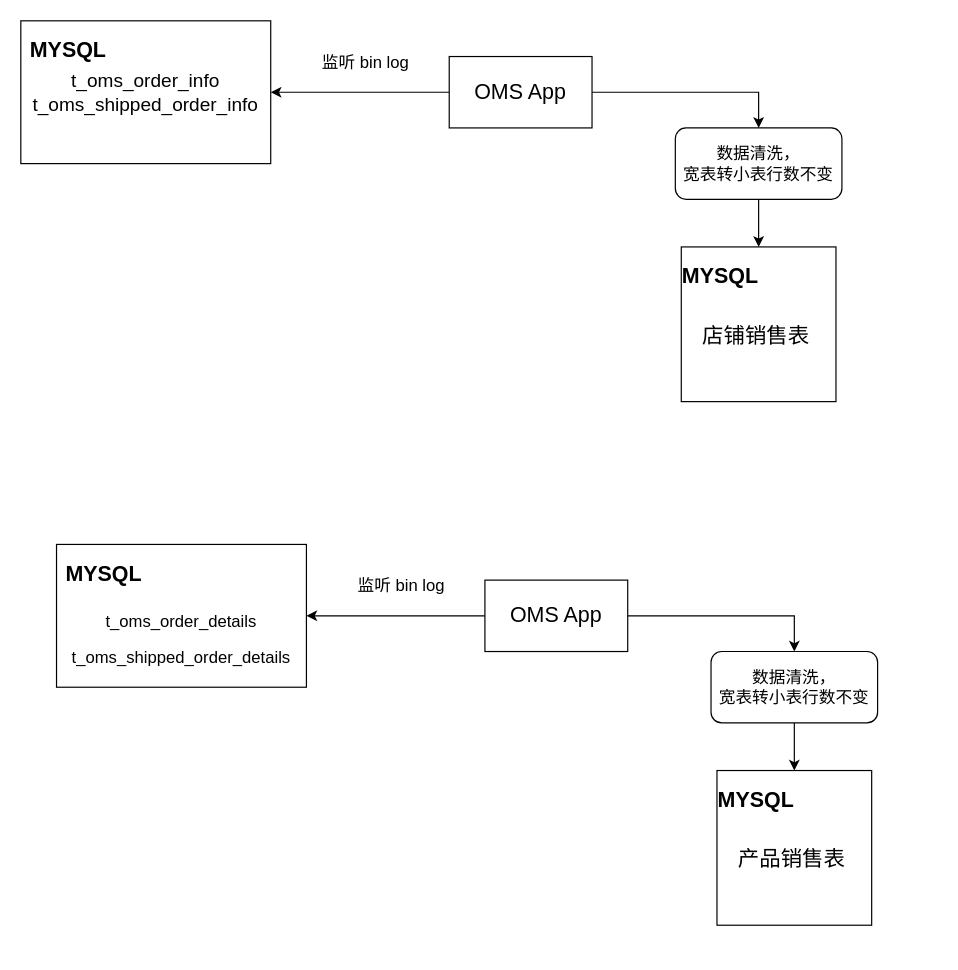
Before: longpean/oms-5.1.5.drawio in GitHeP/diagrams, a draw.io diagram. Source tidied: cells renumbered, new cells numbered last; positions are measured from the earlier drawing's top-left corner, leaving out a move shared by most shapes. Both pictures are drawn from the tidied source at 119%, with x=0, y=0 at pixel (20, 20).
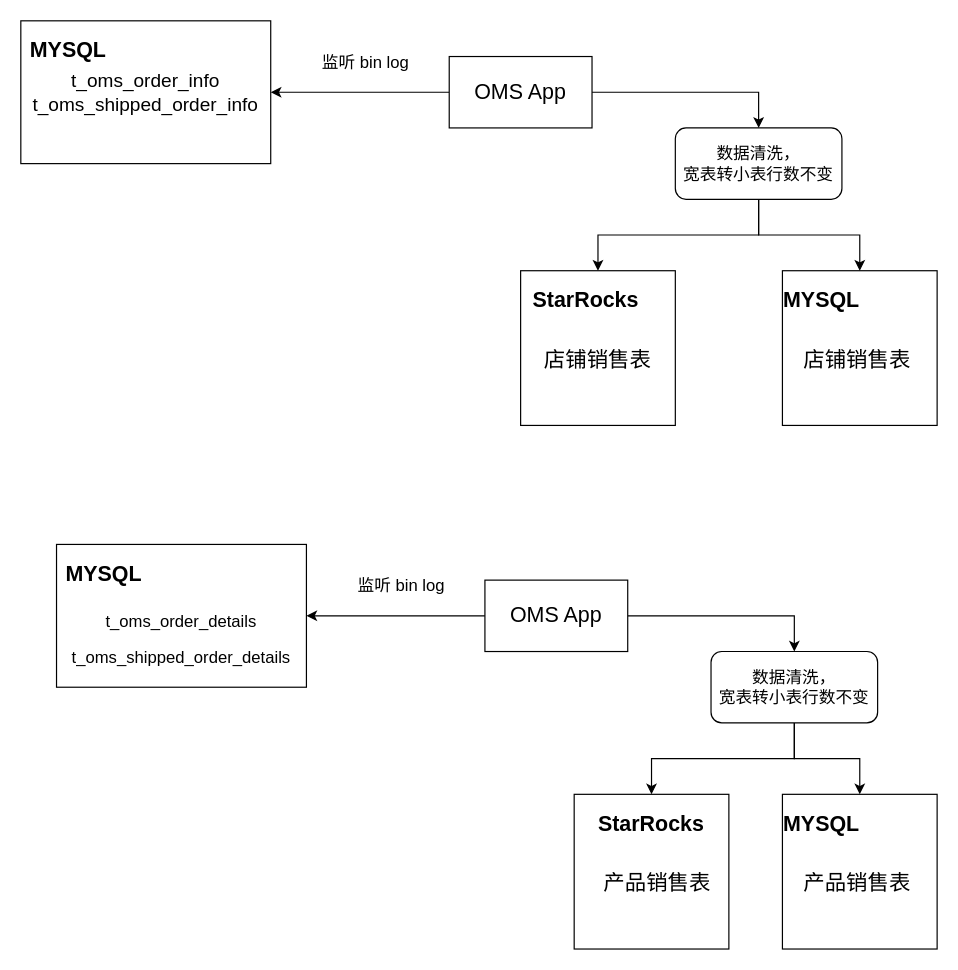
The same page after the edit.

Unchanged cells that the change refers to:
```xml
<mxCell id="10" value="&lt;font style=&quot;font-size: 14px;&quot;&gt;数据清洗，&lt;br&gt;宽表转小表行数不变&lt;br&gt;&lt;/font&gt;" style="rounded=1;whiteSpace=wrap;html=1;" parent="1" vertex="1">
  <mxGeometry x="550" y="90" width="140" height="60" as="geometry" />
</mxCell>
<mxCell id="21" value="&lt;font style=&quot;font-size: 14px;&quot;&gt;数据清洗，&lt;br&gt;宽表转小表行数不变&lt;br&gt;&lt;/font&gt;" style="rounded=1;whiteSpace=wrap;html=1;" parent="1" vertex="1">
  <mxGeometry x="580" y="530" width="140" height="60" as="geometry" />
</mxCell>
```

The edit, as a diff of the source:
```diff
@@
     <mxCell id="3" style="whiteSpace=wrap;html=1;" parent="1" vertex="1">
-      <mxGeometry x="555" y="190" width="130" height="130" as="geometry" />
+      <mxGeometry x="640" y="210" width="130" height="130" as="geometry" />
     </mxCell>
@@
+    <mxCell id="26" style="edgeStyle=orthogonalEdgeStyle;rounded=0;jettySize=auto;html=1;entryX=0.5;entryY=0;entryDx=0;entryDy=0;exitX=0.5;exitY=1;exitDx=0;exitDy=0;" parent="1" edge="1" source="10" target="28">
+      <mxGeometry relative="1" as="geometry" />
+    </mxCell>
-    <mxCell id="9" style="edgeStyle=orthogonalEdgeStyle;rounded=0;jettySize=auto;html=1;" parent="1" edge="1" source="10" target="3">
+    <mxCell id="9" style="edgeStyle=orthogonalEdgeStyle;rounded=0;jettySize=auto;html=1;entryX=0.5;entryY=0;entryDx=0;entryDy=0;" parent="1" edge="1" source="10" target="3">
       <mxGeometry relative="1" as="geometry" />
     </mxCell>
@@
     <mxCell id="11" value="&lt;b&gt;&lt;font style=&quot;font-size: 18px;&quot;&gt;MYSQL&lt;/font&gt;&lt;/b&gt;" style="text;html=1;strokeColor=none;fillColor=none;align=center;verticalAlign=middle;whiteSpace=wrap;rounded=0;" parent="1" vertex="1">
-      <mxGeometry x="557.5" y="200" width="60" height="30" as="geometry" />
+      <mxGeometry x="642.5" y="220" width="60" height="30" as="geometry" />
     </mxCell>
     <mxCell id="12" value="&lt;font style=&quot;font-size: 18px;&quot;&gt;店铺销售表&lt;/font&gt;" style="text;html=1;strokeColor=none;fillColor=none;align=center;verticalAlign=middle;whiteSpace=wrap;rounded=0;" parent="1" vertex="1">
-      <mxGeometry x="562.5" y="250" width="110" height="30" as="geometry" />
+      <mxGeometry x="647.5" y="270" width="110" height="30" as="geometry" />
     </mxCell>
@@
     <mxCell id="14" style="whiteSpace=wrap;html=1;" parent="1" vertex="1">
-      <mxGeometry x="585" y="630" width="130" height="130" as="geometry" />
+      <mxGeometry x="640" y="650" width="130" height="130" as="geometry" />
     </mxCell>
@@
+    <mxCell id="27" style="edgeStyle=orthogonalEdgeStyle;rounded=0;jettySize=auto;html=1;entryX=0.5;entryY=0;entryDx=0;entryDy=0;" parent="1" edge="1" source="21" target="31">
+      <mxGeometry relative="1" as="geometry" />
+    </mxCell>
@@
     <mxCell id="22" value="&lt;b&gt;&lt;font style=&quot;font-size: 18px;&quot;&gt;MYSQL&lt;/font&gt;&lt;/b&gt;" style="text;html=1;strokeColor=none;fillColor=none;align=center;verticalAlign=middle;whiteSpace=wrap;rounded=0;" parent="1" vertex="1">
-      <mxGeometry x="587.5" y="640" width="60" height="30" as="geometry" />
+      <mxGeometry x="642.5" y="660" width="60" height="30" as="geometry" />
     </mxCell>
     <mxCell id="23" value="&lt;font style=&quot;font-size: 18px;&quot;&gt;产品销售表&lt;/font&gt;" style="text;html=1;strokeColor=none;fillColor=none;align=center;verticalAlign=middle;whiteSpace=wrap;rounded=0;" parent="1" vertex="1">
-      <mxGeometry x="592.5" y="690" width="110" height="30" as="geometry" />
+      <mxGeometry x="647.5" y="710" width="110" height="30" as="geometry" />
     </mxCell>
@@
+    <mxCell id="28" style="whiteSpace=wrap;html=1;" parent="1" vertex="1">
+      <mxGeometry x="420" y="210" width="130" height="130" as="geometry" />
+    </mxCell>
+    <mxCell id="29" value="&lt;b&gt;&lt;font style=&quot;font-size: 18px;&quot;&gt;StarRocks&lt;/font&gt;&lt;/b&gt;" style="text;html=1;strokeColor=none;fillColor=none;align=center;verticalAlign=middle;whiteSpace=wrap;rounded=0;" parent="1" vertex="1">
+      <mxGeometry x="425" y="220" width="100" height="30" as="geometry" />
+    </mxCell>
+    <mxCell id="30" value="&lt;font style=&quot;font-size: 18px;&quot;&gt;店铺销售表&lt;/font&gt;" style="text;html=1;strokeColor=none;fillColor=none;align=center;verticalAlign=middle;whiteSpace=wrap;rounded=0;" parent="1" vertex="1">
+      <mxGeometry x="430" y="270" width="110" height="30" as="geometry" />
+    </mxCell>
+    <mxCell id="31" style="whiteSpace=wrap;html=1;" parent="1" vertex="1">
+      <mxGeometry x="465" y="650" width="130" height="130" as="geometry" />
+    </mxCell>
+    <mxCell id="32" value="&lt;b&gt;&lt;font style=&quot;font-size: 18px;&quot;&gt;StarRocks&lt;/font&gt;&lt;/b&gt;" style="text;html=1;strokeColor=none;fillColor=none;align=center;verticalAlign=middle;whiteSpace=wrap;rounded=0;" parent="1" vertex="1">
+      <mxGeometry x="480" y="660" width="100" height="30" as="geometry" />
+    </mxCell>
+    <mxCell id="33" value="&lt;font style=&quot;font-size: 18px;&quot;&gt;产品销售表&lt;/font&gt;" style="text;html=1;strokeColor=none;fillColor=none;align=center;verticalAlign=middle;whiteSpace=wrap;rounded=0;" parent="1" vertex="1">
+      <mxGeometry x="480" y="710" width="110" height="30" as="geometry" />
+    </mxCell>
```
